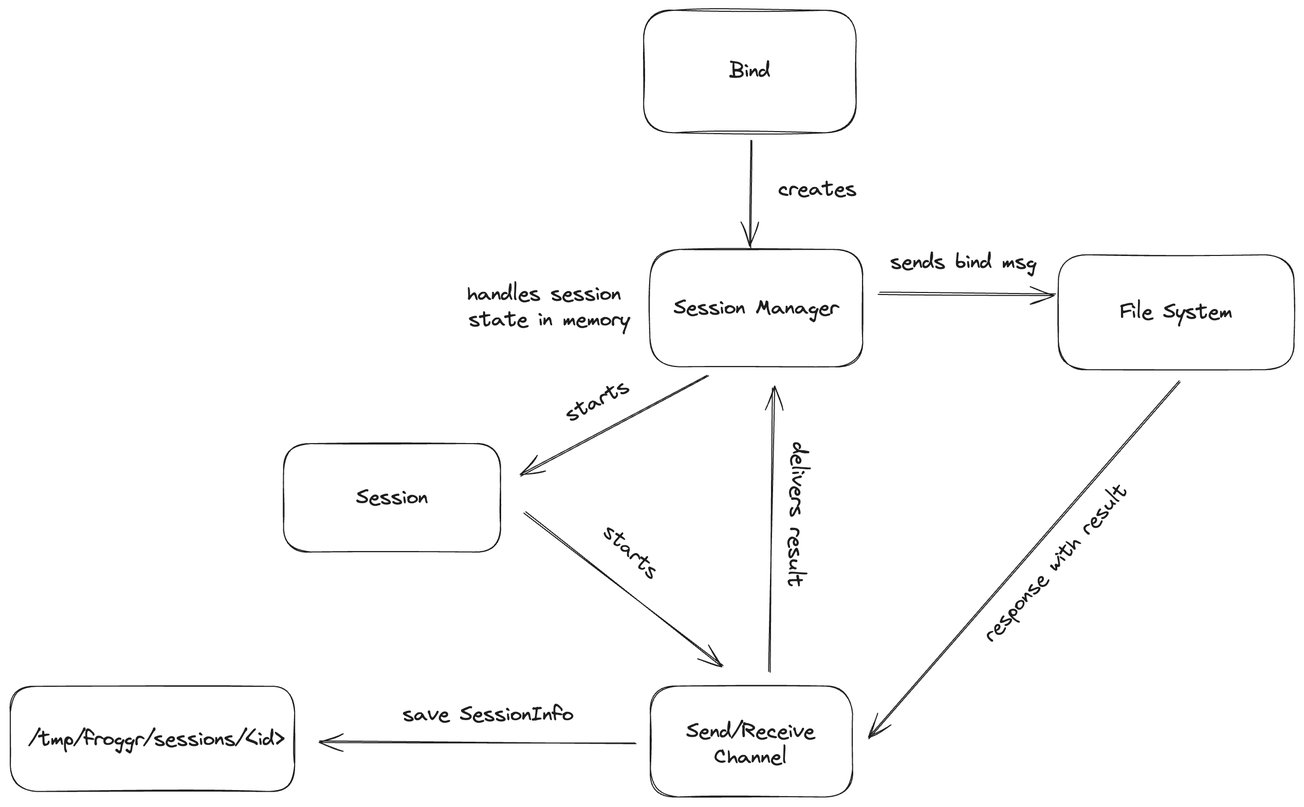
This is media/bind-process.png from doriancodes/filesystem-manager, a Excalidraw export, as it was before one commit. Source tidied: one line per element, renumbered; positions are measured from the earlier drawing's top-left corner, leaving out a move shared by most shapes.
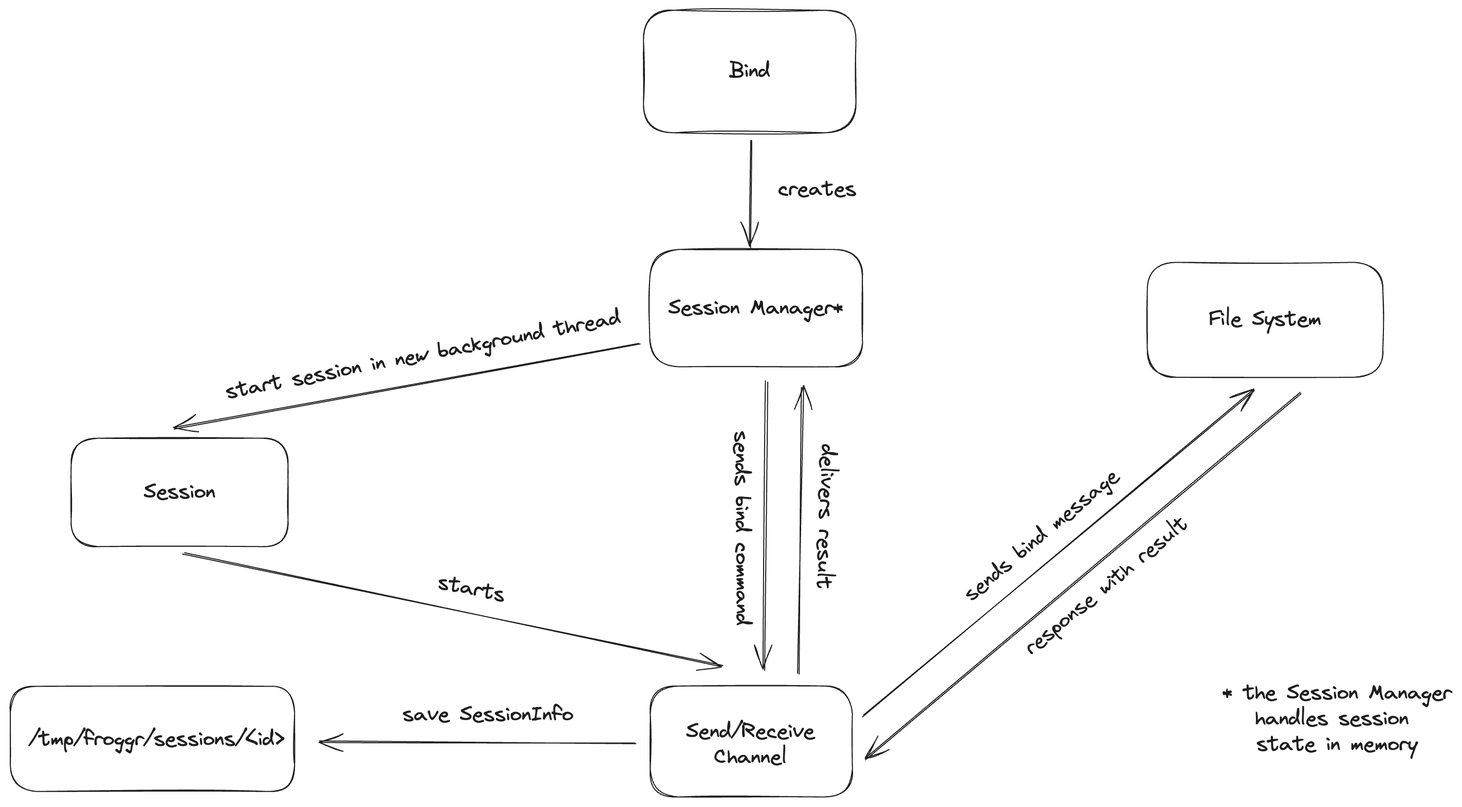
Above is the later version.

Commit message:
edit bind diagram

What changed in the source:
```diff
@@ -2,26 +2,28 @@
 {"id": 1, "type": "rectangle", "strokeColor": "#1e1e1e", "strokeWidth": 1, "roughness": 1, "round": true, "x": 616, "y": 0, "width": 207, "height": 119}
 {"id": 2, "type": "text", "text": "Bind", "strokeColor": "#1e1e1e", "strokeWidth": 1, "roughness": 1, "fontSize": 20, "fontFamily": 1, "textAlign": "center", "verticalAlign": "middle", "inside": 1, "x": 700, "y": 47, "width": 40, "height": 25}
 {"id": 3, "type": "rectangle", "strokeColor": "#1e1e1e", "strokeWidth": 1, "roughness": 1, "round": true, "x": 622, "y": 233, "width": 207, "height": 114}
-{"id": 4, "type": "text", "text": "Session Manager", "strokeColor": "#1e1e1e", "strokeWidth": 1, "roughness": 1, "fontSize": 20, "fontFamily": 1, "textAlign": "center", "verticalAlign": "middle", "inside": 3, "x": 645, "y": 277, "width": 161, "height": 25}
+{"id": 4, "type": "text", "text": "Session Manager*", "strokeColor": "#1e1e1e", "strokeWidth": 1, "roughness": 1, "fontSize": 20, "fontFamily": 1, "textAlign": "center", "verticalAlign": "middle", "inside": 3, "x": 640, "y": 277, "width": 171, "height": 25}
 {"id": 5, "type": "text", "text": "Send/Receive\nChannel", "strokeColor": "#1e1e1e", "strokeWidth": 1, "roughness": 1, "fontSize": 20, "fontFamily": 1, "textAlign": "center", "x": 657, "y": 689, "width": 126, "height": 50}
-{"id": 6, "type": "arrow", "strokeColor": "#1e1e1e", "strokeWidth": 1, "roughness": 1, "endArrowhead": "arrow", "round": true, "from": 3, "to": 22, "x": 679, "y": 354, "width": 183, "height": 98, "points": [[0, 0], [-183, 98]]}
+{"id": 6, "type": "arrow", "strokeColor": "#1e1e1e", "strokeWidth": 1, "roughness": 1, "endArrowhead": "arrow", "round": true, "from": 3, "to": 22, "x": 613, "y": 323, "width": 454, "height": 83, "points": [[0, 0], [-454, 83]]}
 {"id": 7, "type": "arrow", "strokeColor": "#1e1e1e", "strokeWidth": 1, "roughness": 1, "endArrowhead": "arrow", "round": true, "from": 1, "to": 3, "x": 720, "y": 126, "width": 0, "height": 105, "points": [[0, 0], [0, 105]]}
-{"id": 8, "type": "arrow", "strokeColor": "#1e1e1e", "strokeWidth": 1, "roughness": 1, "endArrowhead": "arrow", "round": true, "from": 3, "x": 846, "y": 275, "width": 171, "height": 1, "points": [[0, 0], [171, 1]]}
+{"id": 8, "type": "arrow", "strokeColor": "#1e1e1e", "angle": 1.54, "strokeWidth": 1, "roughness": 1, "endArrowhead": "arrow", "round": true, "from": 3, "to": 0, "x": 595, "y": 496, "width": 281, "height": 10, "points": [[0, 0], [281, 10]]}
-{"id": 9, "type": "rectangle", "strokeColor": "#1e1e1e", "strokeWidth": 1, "roughness": 1, "round": true, "x": 1020, "y": 238, "width": 229, "height": 112}
+{"id": 9, "type": "rectangle", "strokeColor": "#1e1e1e", "strokeWidth": 1, "roughness": 1, "round": true, "x": 1106, "y": 245, "width": 229, "height": 112}
-{"id": 10, "type": "text", "text": "File System", "strokeColor": "#1e1e1e", "strokeWidth": 1, "roughness": 1, "fontSize": 20, "fontFamily": 1, "textAlign": "center", "verticalAlign": "middle", "inside": 9, "x": 1079, "y": 281, "width": 109, "height": 25}
+{"id": 10, "type": "text", "text": "File System", "strokeColor": "#1e1e1e", "strokeWidth": 1, "roughness": 1, "fontSize": 20, "fontFamily": 1, "textAlign": "center", "verticalAlign": "middle", "inside": 9, "x": 1166, "y": 289, "width": 109, "height": 25}
-{"id": 11, "type": "text", "text": "sends bind msg", "strokeColor": "#1e1e1e", "strokeWidth": 1, "roughness": 1, "fontSize": 20, "fontFamily": 1, "x": 856, "y": 233, "width": 142, "height": 25}
+{"id": 11, "type": "text", "text": "sends bind command", "strokeColor": "#1e1e1e", "angle": 1.56, "strokeWidth": 1, "roughness": 1, "fontSize": 20, "fontFamily": 1, "x": 617, "y": 491, "width": 189, "height": 25}
-{"id": 12, "type": "arrow", "strokeColor": "#1e1e1e", "strokeWidth": 1, "roughness": 1, "endArrowhead": "arrow", "round": true, "from": 9, "to": 0, "x": 1137, "y": 362, "width": 303, "height": 346, "points": [[0, 0], [-303, 346]]}
+{"id": 12, "type": "arrow", "strokeColor": "#1e1e1e", "strokeWidth": 1, "roughness": 1, "endArrowhead": "arrow", "round": true, "from": 9, "to": 0, "x": 1255, "y": 373, "width": 424, "height": 355, "points": [[0, 0], [-424, 355]]}
-{"id": 13, "type": "text", "text": "response with result", "strokeColor": "#1e1e1e", "angle": 5.45, "strokeWidth": 1, "roughness": 1, "fontSize": 20, "fontFamily": 1, "x": 918, "y": 525, "width": 199, "height": 25}
+{"id": 13, "type": "text", "text": "response with result", "strokeColor": "#1e1e1e", "angle": 5.6, "strokeWidth": 1, "roughness": 1, "fontSize": 20, "fontFamily": 1, "x": 967, "y": 547, "width": 199, "height": 25}
-{"id": 14, "type": "text", "text": "starts", "strokeColor": "#1e1e1e", "angle": 5.8, "strokeWidth": 1, "roughness": 1, "fontSize": 20, "fontFamily": 1, "x": 538, "y": 368, "width": 66, "height": 25}
-{"id": 15, "type": "arrow", "strokeColor": "#1e1e1e", "strokeWidth": 1, "roughness": 1, "endArrowhead": "arrow", "round": true, "from": 0, "to": 3, "x": 739, "y": 644, "width": 3, "height": 277, "points": [[0, 0], [3, -277]]}
+{"id": 15, "type": "arrow", "strokeColor": "#1e1e1e", "strokeWidth": 1, "roughness": 1, "endArrowhead": "arrow", "round": true, "from": 0, "to": 3, "x": 768, "y": 645, "width": 3, "height": 279, "points": [[0, 0], [3, -279]]}
-{"id": 16, "type": "text", "text": "delivers result", "strokeColor": "#1e1e1e", "angle": 1.6, "strokeWidth": 1, "roughness": 1, "fontSize": 20, "fontFamily": 1, "x": 694, "y": 478, "width": 141, "height": 25}
+{"id": 16, "type": "text", "text": "delivers result", "strokeColor": "#1e1e1e", "angle": 1.6, "strokeWidth": 1, "roughness": 1, "fontSize": 20, "fontFamily": 1, "x": 722, "y": 480, "width": 141, "height": 25}
 {"id": 17, "type": "arrow", "strokeColor": "#1e1e1e", "strokeWidth": 1, "roughness": 1, "endArrowhead": "arrow", "round": true, "to": 18, "x": 608, "y": 713, "width": 308, "height": 2, "points": [[0, 0], [-308, -2]]}
 {"id": 18, "type": "rectangle", "strokeColor": "#1e1e1e", "strokeWidth": 1, "roughness": 1, "round": true, "x": 0, "y": 658, "width": 277, "height": 102}
 {"id": 19, "type": "text", "text": "save SessionInfo", "strokeColor": "#1e1e1e", "strokeWidth": 1, "roughness": 1, "fontSize": 20, "fontFamily": 1, "x": 382, "y": 673, "width": 167, "height": 25}
 {"id": 20, "type": "text", "text": "creates", "strokeColor": "#1e1e1e", "strokeWidth": 1, "roughness": 1, "fontSize": 20, "fontFamily": 1, "x": 747, "y": 162, "width": 76, "height": 25}
 {"id": 21, "type": "text", "text": "/tmp/froggr/sessions/<id>", "strokeColor": "#1e1e1e", "strokeWidth": 1, "roughness": 1, "fontSize": 20, "fontFamily": 1, "x": 18, "y": 697, "width": 249, "height": 25}
-{"id": 22, "type": "rectangle", "strokeColor": "#1e1e1e", "strokeWidth": 1, "roughness": 1, "round": true, "x": 266, "y": 422, "width": 211, "height": 105}
+{"id": 22, "type": "rectangle", "strokeColor": "#1e1e1e", "strokeWidth": 1, "roughness": 1, "round": true, "x": 59, "y": 416, "width": 211, "height": 105}
-{"id": 23, "type": "text", "text": "Session", "strokeColor": "#1e1e1e", "strokeWidth": 1, "roughness": 1, "fontSize": 20, "fontFamily": 1, "textAlign": "center", "verticalAlign": "middle", "inside": 22, "x": 337, "y": 462, "width": 70, "height": 25}
+{"id": 23, "type": "text", "text": "Session", "strokeColor": "#1e1e1e", "strokeWidth": 1, "roughness": 1, "fontSize": 20, "fontFamily": 1, "textAlign": "center", "verticalAlign": "middle", "inside": 22, "x": 130, "y": 456, "width": 70, "height": 25}
-{"id": 24, "type": "arrow", "strokeColor": "#1e1e1e", "strokeWidth": 1, "roughness": 1, "endArrowhead": "arrow", "round": true, "from": 22, "to": 0, "x": 500, "y": 489, "width": 194, "height": 148, "points": [[0, 0], [194, 148]]}
+{"id": 24, "type": "arrow", "strokeColor": "#1e1e1e", "strokeWidth": 1, "roughness": 1, "endArrowhead": "arrow", "round": true, "from": 22, "to": 0, "x": 168, "y": 529, "width": 525, "height": 108, "points": [[0, 0], [525, 108]]}
-{"id": 25, "type": "text", "text": "starts", "strokeColor": "#1e1e1e", "angle": 0.76, "strokeWidth": 1, "roughness": 1, "fontSize": 20, "fontFamily": 1, "x": 570, "y": 514, "width": 66, "height": 25}
+{"id": 25, "type": "text", "text": "starts", "strokeColor": "#1e1e1e", "angle": 0.2, "strokeWidth": 1, "roughness": 1, "fontSize": 20, "fontFamily": 1, "x": 416, "y": 551, "width": 66, "height": 25}
-{"id": 26, "type": "text", "text": "handles session \nstate in memory", "strokeColor": "#1e1e1e", "strokeWidth": 1, "roughness": 1, "fontSize": 20, "fontFamily": 1, "textAlign": "center", "x": 445, "y": 264, "width": 159, "height": 50}
+{"id": 26, "type": "text", "text": "* the Session Manager\nhandles session \nstate in memory", "strokeColor": "#1e1e1e", "strokeWidth": 1, "roughness": 1, "fontSize": 20, "fontFamily": 1, "textAlign": "center", "x": 1179, "y": 652, "width": 224, "height": 75}
+{"id": 27, "type": "arrow", "strokeColor": "#1e1e1e", "strokeWidth": 1, "roughness": 1, "endArrowhead": "arrow", "round": true, "from": 0, "to": 9, "x": 830, "y": 686, "width": 379, "height": 318, "points": [[0, 0], [379, -318]]}
+{"id": 28, "type": "text", "text": "sends bind message", "strokeColor": "#1e1e1e", "angle": 5.59, "strokeWidth": 1, "roughness": 1, "fontSize": 20, "fontFamily": 1, "textAlign": "center", "x": 909, "y": 498, "width": 189, "height": 25}
+{"id": 29, "type": "text", "text": "start session in new background thread", "strokeColor": "#1e1e1e", "angle": 6.09, "strokeWidth": 1, "roughness": 1, "fontSize": 20, "fontFamily": 1, "textAlign": "center", "x": 206, "y": 323, "width": 390, "height": 25}
```
